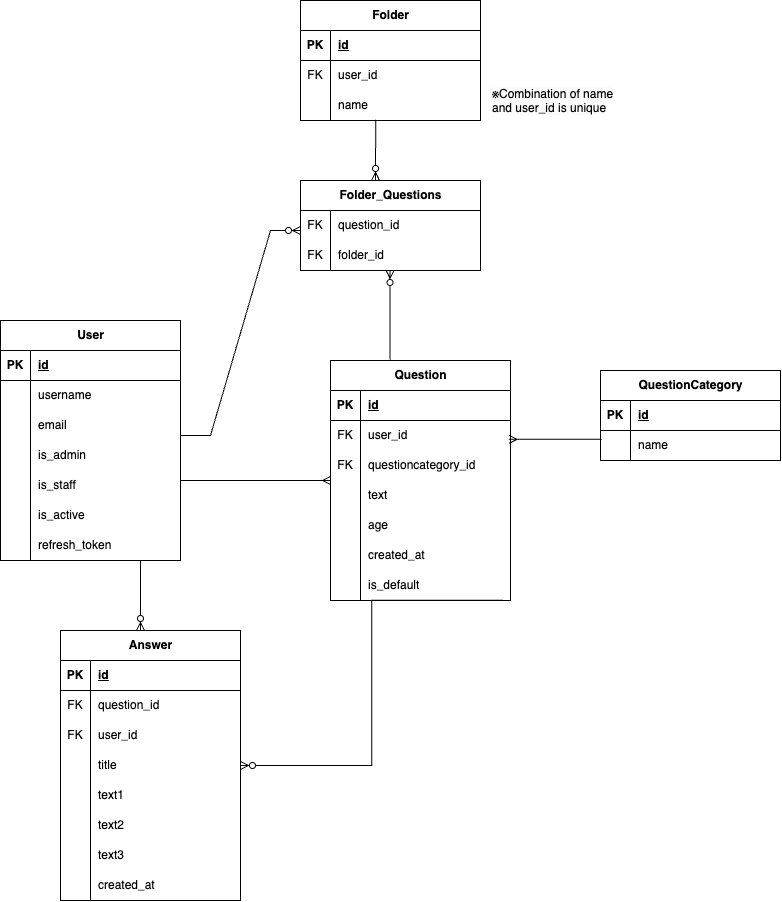
u-ktk/self-analysis keeps this draw.io diagram as selfanalysis.drawio.png. Above is the earlier version. Source tidied: cells renumbered, new cells last; positions are measured from the earlier drawing's top-left corner, leaving out a move shared by most shapes.
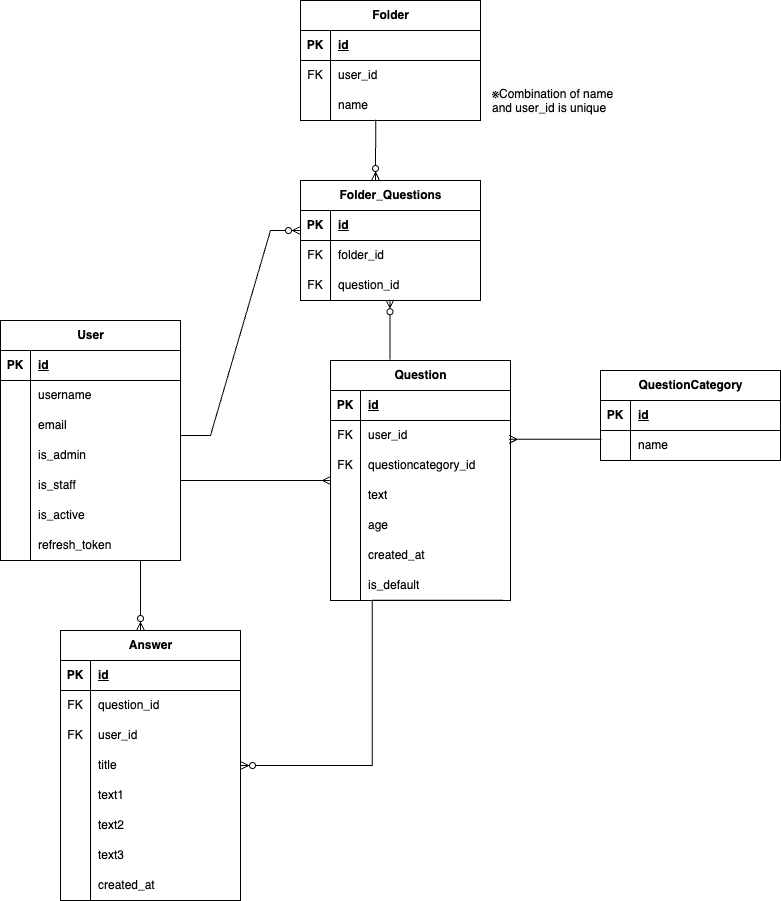
Above is the later version.

The edit, as a diff of the source:
```diff
@@ -290,36 +290,43 @@
     <mxCell id="94" value="&lt;span style=&quot;color: rgb(0, 0, 0); font-family: Helvetica; font-size: 12px; font-style: normal; font-variant-ligatures: normal; font-variant-caps: normal; font-weight: 400; letter-spacing: normal; orphans: 2; text-align: left; text-indent: 0px; text-transform: none; widows: 2; word-spacing: 0px; -webkit-text-stroke-width: 0px; background-color: rgb(251, 251, 251); text-decoration-thickness: initial; text-decoration-style: initial; text-decoration-color: initial; float: none; display: inline !important;&quot;&gt;※Combination of name and user_id is unique&lt;/span&gt;" style="text;whiteSpace=wrap;html=1;" parent="1" vertex="1">
       <mxGeometry x="490" y="80" width="140" height="40" as="geometry" />
     </mxCell>
-    <mxCell id="95" value="Folder_Questions" style="shape=table;startSize=30;rowLines=0;fontStyle=1;align=center;html=1;" parent="1" vertex="1">
-      <mxGeometry x="300" y="180" width="180" height="90" as="geometry" />
-    </mxCell>
-    <mxCell id="96" style="shape=tableRow;horizontal=0;startSize=0;swimlaneHead=0;swimlaneBody=0;fillColor=none;top=0;left=0;right=0;bottom=0;" parent="95" vertex="1">
-      <mxGeometry y="30" width="180" height="30" as="geometry" />
-    </mxCell>
-    <mxCell id="97" value="FK" style="shape=partialRectangle;fillColor=none;top=0;left=0;bottom=0;right=0;fontStyle=0;overflow=hidden;whiteSpace=wrap;html=1;" parent="96" vertex="1">
-      <mxGeometry width="30" height="30" as="geometry" />
-    </mxCell>
-    <mxCell id="98" value="question_id" style="shape=partialRectangle;fillColor=none;top=0;left=0;bottom=0;right=0;align=left;spacingLeft=6;fontStyle=0;overflow=hidden;whiteSpace=wrap;html=1;" parent="96" vertex="1">
-      <mxGeometry x="30" width="150" height="30" as="geometry" />
-    </mxCell>
-    <mxCell id="99" style="shape=tableRow;horizontal=0;startSize=0;swimlaneHead=0;swimlaneBody=0;fillColor=none;top=0;left=0;right=0;bottom=0;" parent="95" vertex="1">
-      <mxGeometry y="60" width="180" height="30" as="geometry" />
-    </mxCell>
-    <mxCell id="100" value="FK" style="shape=partialRectangle;fillColor=none;top=0;left=0;bottom=0;right=0;overflow=hidden;whiteSpace=wrap;html=1;" parent="99" vertex="1">
-      <mxGeometry width="30" height="30" as="geometry" />
-    </mxCell>
-    <mxCell id="101" value="folder_id" style="shape=partialRectangle;fillColor=none;top=0;left=0;bottom=0;right=0;align=left;spacingLeft=6;overflow=hidden;whiteSpace=wrap;html=1;" parent="99" vertex="1">
-      <mxGeometry x="30" width="150" height="30" as="geometry" />
-    </mxCell>
-    <mxCell id="102" style="fontSize=12;html=1;endArrow=ERzeroToMany;endFill=1;rounded=0;elbow=vertical;exitX=0.331;exitY=-0.003;exitDx=0;exitDy=0;exitPerimeter=0;" parent="1" edge="1" source="24">
-      <mxGeometry relative="1" as="geometry">
-        <mxPoint x="389.5" y="270" as="targetPoint" />
-      </mxGeometry>
+    <mxCell id="102" style="fontSize=12;html=1;endArrow=ERzeroToMany;endFill=1;rounded=0;elbow=vertical;exitX=0.331;exitY=-0.003;exitDx=0;exitDy=0;exitPerimeter=0;entryX=0.497;entryY=0.974;entryDx=0;entryDy=0;entryPerimeter=0;" parent="1" edge="1" source="24" target="108">
+      <mxGeometry relative="1" as="geometry" />
     </mxCell>
     <mxCell id="103" style="fontSize=12;html=1;endArrow=ERzeroToMany;endFill=1;rounded=0;elbow=vertical;exitX=0.418;exitY=0.972;exitDx=0;exitDy=0;exitPerimeter=0;" parent="1" edge="1" source="53">
       <mxGeometry relative="1" as="geometry">
         <mxPoint x="375" y="180" as="targetPoint" />
       </mxGeometry>
     </mxCell>
+    <mxCell id="95" value="Folder_Questions" style="shape=table;startSize=30;rowLines=0;fontStyle=1;align=center;html=1;" parent="1" vertex="1">
+      <mxGeometry x="300" y="180" width="180" height="120" as="geometry" />
+    </mxCell>
+    <mxCell id="104" style="shape=tableRow;horizontal=0;startSize=0;swimlaneHead=0;swimlaneBody=0;fillColor=none;top=0;left=0;right=0;bottom=1;" parent="95" vertex="1">
+      <mxGeometry y="30" width="180" height="30" as="geometry" />
+    </mxCell>
+    <mxCell id="105" value="PK" style="shape=partialRectangle;fillColor=none;top=0;left=0;bottom=0;right=0;fontStyle=1;overflow=hidden;whiteSpace=wrap;html=1;" parent="104" vertex="1">
+      <mxGeometry width="30" height="30" as="geometry" />
+    </mxCell>
+    <mxCell id="106" value="id" style="shape=partialRectangle;fillColor=none;top=0;left=0;bottom=0;right=0;align=left;spacingLeft=6;fontStyle=5;overflow=hidden;whiteSpace=wrap;html=1;" parent="104" vertex="1">
+      <mxGeometry x="30" width="150" height="30" as="geometry" />
+    </mxCell>
+    <mxCell id="99" style="shape=tableRow;horizontal=0;startSize=0;swimlaneHead=0;swimlaneBody=0;fillColor=none;top=0;left=0;right=0;bottom=0;" parent="95" vertex="1">
+      <mxGeometry y="60" width="180" height="30" as="geometry" />
+    </mxCell>
+    <mxCell id="107" value="FK" style="shape=partialRectangle;fillColor=none;top=0;left=0;bottom=0;right=0;overflow=hidden;whiteSpace=wrap;html=1;" parent="99" vertex="1">
+      <mxGeometry width="30" height="30" as="geometry" />
+    </mxCell>
+    <mxCell id="101" value="folder_id" style="shape=partialRectangle;fillColor=none;top=0;left=0;bottom=0;right=0;align=left;spacingLeft=6;overflow=hidden;whiteSpace=wrap;html=1;" parent="99" vertex="1">
+      <mxGeometry x="30" width="150" height="30" as="geometry" />
+    </mxCell>
+    <mxCell id="108" style="shape=tableRow;horizontal=0;startSize=0;swimlaneHead=0;swimlaneBody=0;fillColor=none;points=[[0,0.5],[1,0.5]];portConstraint=eastwest;top=0;left=0;right=0;bottom=0;" parent="95" vertex="1">
+      <mxGeometry y="90" width="180" height="30" as="geometry" />
+    </mxCell>
+    <mxCell id="109" value="FK" style="shape=partialRectangle;fillColor=none;top=0;left=0;bottom=0;right=0;overflow=hidden;whiteSpace=wrap;html=1;" parent="108" vertex="1">
+      <mxGeometry width="30" height="30" as="geometry" />
+    </mxCell>
+    <mxCell id="98" value="question_id" style="shape=partialRectangle;fillColor=none;top=0;left=0;bottom=0;right=0;align=left;spacingLeft=6;overflow=hidden;whiteSpace=wrap;html=1;" parent="108" vertex="1">
+      <mxGeometry x="30" width="150" height="30" as="geometry" />
+    </mxCell>
   </root>
 </mxGraphModel>
```
